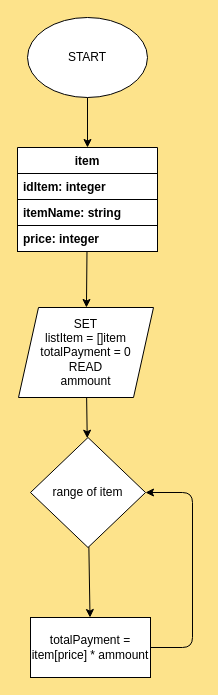
Earlier version of the draw.io diagram flowchart.drawio (kuramocheez/khairul_insan_karim-sistem_kasir). Source tidied: cells renumbered, new cells numbered last; positions are measured from the earlier drawing's top-left corner, leaving out a move shared by most shapes. Both pictures are drawn from the tidied source at 100%, with x=0, y=0 at pixel (17, 17).
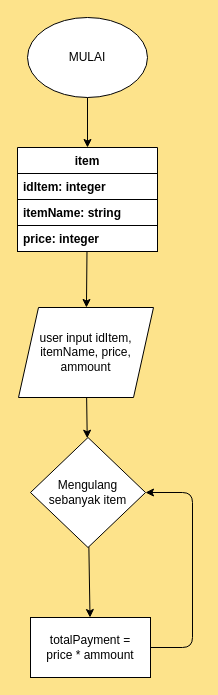
Above is the later version.

Commit message (it also covers changes not shown here):
fix text flowchart

What changed in the source:
```diff
@@
 <mxGraphModel background="#FDE38B">
   <root>
     <mxCell id="0" />
     <mxCell id="1" parent="0" />
     <mxCell id="2" style="edgeStyle=none;html=1;exitX=0.5;exitY=1;exitDx=0;exitDy=0;entryX=0.5;entryY=0;entryDx=0;entryDy=0;fontColor=#000000;labelBackgroundColor=#000000;labelBorderColor=#000000;strokeColor=#000000;" parent="1" edge="1" source="3" target="5">
       <mxGeometry relative="1" as="geometry" />
     </mxCell>
-    <mxCell id="3" value="START" style="ellipse;whiteSpace=wrap;html=1;" parent="1" vertex="1">
+    <mxCell id="3" value="MULAI" style="ellipse;whiteSpace=wrap;html=1;" parent="1" vertex="1">
       <mxGeometry x="10" width="120" height="80" as="geometry" />
     </mxCell>
     <mxCell id="4" style="edgeStyle=none;html=1;fontColor=#000000;strokeColor=#000000;" parent="1" edge="1" source="5" target="10">
       <mxGeometry relative="1" as="geometry" />
     </mxCell>
     <mxCell id="5" value="item" style="swimlane;fontStyle=1;horizontal=1;startSize=26;fillColor=default;strokeColor=#000000;fontColor=#000000;" parent="1" vertex="1">
       <mxGeometry y="130" width="140" height="104" as="geometry" />
     </mxCell>
     <mxCell id="6" value="idItem: integer" style="text;strokeColor=#000000;fillColor=default;align=left;verticalAlign=top;spacingLeft=4;spacingRight=4;overflow=hidden;fontColor=#000000;fontStyle=1;" parent="5" vertex="1">
       <mxGeometry y="26" width="140" height="26" as="geometry" />
     </mxCell>
     <mxCell id="7" value="itemName: string" style="text;strokeColor=#000000;fillColor=default;align=left;verticalAlign=top;spacingLeft=4;spacingRight=4;overflow=hidden;fontColor=#000000;fontStyle=1;" parent="5" vertex="1">
       <mxGeometry y="52" width="140" height="26" as="geometry" />
     </mxCell>
     <mxCell id="8" value="price: integer" style="text;strokeColor=#000000;fillColor=default;align=left;verticalAlign=top;spacingLeft=4;spacingRight=4;overflow=hidden;fontColor=#000000;fontStyle=1;" parent="5" vertex="1">
       <mxGeometry y="78" width="140" height="26" as="geometry" />
     </mxCell>
     <mxCell id="9" style="edgeStyle=none;html=1;fontColor=#000000;strokeColor=#000000;" parent="1" edge="1" source="10" target="12">
       <mxGeometry relative="1" as="geometry" />
     </mxCell>
-    <mxCell id="10" value="SET &lt;br&gt;listItem = []item&lt;br&gt;totalPayment = 0&lt;br&gt;READ&lt;br&gt;ammount" style="shape=parallelogram;perimeter=parallelogramPerimeter;whiteSpace=wrap;html=1;fixedSize=1;" parent="1" vertex="1">
+    <mxCell id="10" value="user input idItem, itemName, price, ammount" style="shape=parallelogram;perimeter=parallelogramPerimeter;whiteSpace=wrap;html=1;fixedSize=1;" parent="1" vertex="1">
       <mxGeometry x="1" y="290" width="135" height="90" as="geometry" />
     </mxCell>
     <mxCell id="11" style="edgeStyle=none;html=1;fontColor=#000000;strokeColor=#000000;" parent="1" edge="1" source="12" target="14">
       <mxGeometry relative="1" as="geometry" />
     </mxCell>
-    <mxCell id="12" value="range of item" style="rhombus;whiteSpace=wrap;html=1;" parent="1" vertex="1">
+    <mxCell id="12" value="Mengulang sebanyak item" style="rhombus;whiteSpace=wrap;html=1;" parent="1" vertex="1">
       <mxGeometry x="13" y="420" width="115" height="110" as="geometry" />
     </mxCell>
     <mxCell id="13" style="edgeStyle=none;html=1;entryX=1;entryY=0.5;entryDx=0;entryDy=0;exitX=1;exitY=0.5;exitDx=0;exitDy=0;fontColor=#000000;strokeColor=#000000;" parent="1" edge="1" source="14" target="12">
       <mxGeometry relative="1" as="geometry">
         <Array as="points">
           <mxPoint x="175" y="630" />
           <mxPoint x="175" y="475" />
         </Array>
       </mxGeometry>
     </mxCell>
-    <mxCell id="14" value="totalPayment =&lt;br&gt;item[price] * ammount" style="rounded=0;whiteSpace=wrap;html=1;" parent="1" vertex="1">
+    <mxCell id="14" value="totalPayment =&lt;br&gt;price * ammount" style="rounded=0;whiteSpace=wrap;html=1;" parent="1" vertex="1">
       <mxGeometry x="13" y="600" width="120" height="60" as="geometry" />
     </mxCell>
   </root>
 </mxGraphModel>
```
